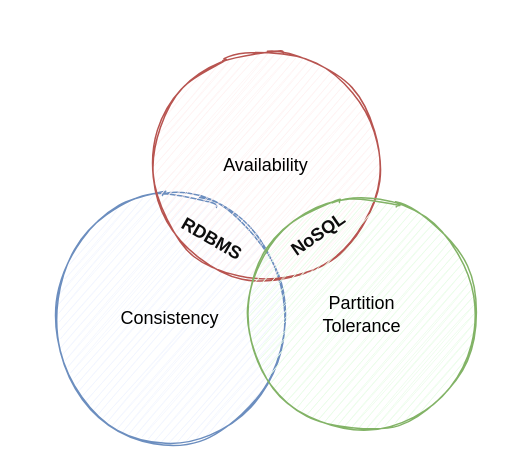
Earlier version of the draw.io diagram diagrams/state-management/cap-theorem.drawio (EdwinVW/dapr-for-net-devs-diagrams). Source tidied: cells renumbered, new cells numbered last; positions are measured from the earlier drawing's top-left corner, leaving out a move shared by most shapes. Both pictures are drawn from the tidied source at 150%, with x=0, y=0 at pixel (26, 26).
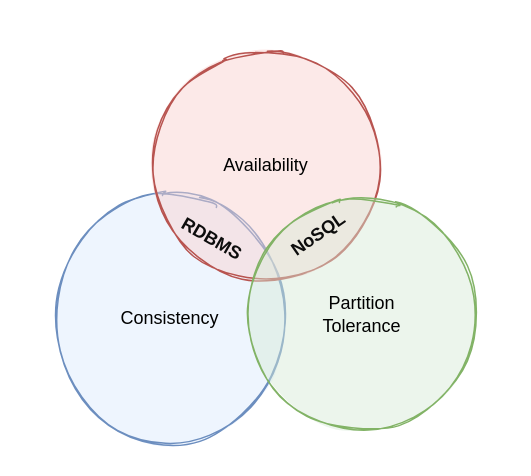
The same diagram, later.

Commit message (it also covers changes not shown here):
Update cap theorem

What changed in the source:
```diff
@@
 <mxGraphModel>
   <root>
     <mxCell id="0" />
     <mxCell id="1" parent="0" />
     <mxCell id="2" style="rounded=0;whiteSpace=wrap;html=1;sketch=0;fontFamily=Helvetica;fontColor=#007FFF;strokeColor=none;" parent="1" vertex="1">
       <mxGeometry width="320" height="283" as="geometry" />
     </mxCell>
-    <mxCell id="3" value="Consistency" style="ellipse;whiteSpace=wrap;html=1;fillColor=#F0F4FF;strokeColor=#6c8ebf;sketch=1;fontStyle=0;rotation=0;" parent="1" vertex="1">
+    <mxCell id="3" value="Consistency" style="ellipse;whiteSpace=wrap;html=1;fillColor=#dae8fc;strokeColor=#6c8ebf;sketch=1;fontStyle=0;rotation=0;fillStyle=solid;fillOpacity=45;" parent="1" vertex="1">
       <mxGeometry x="16" y="115" width="160" height="160" as="geometry" />
     </mxCell>
-    <mxCell id="4" value="Availability" style="ellipse;whiteSpace=wrap;html=1;strokeColor=#b85450;sketch=1;fontStyle=0;rounded=1;fontFamily=Helvetica;spacingTop=0;rotation=0;fillColor=#FFF2F2;" parent="1" vertex="1">
+    <mxCell id="4" value="Availability" style="ellipse;whiteSpace=wrap;html=1;strokeColor=#b85450;sketch=1;fontStyle=0;rounded=1;fontFamily=Helvetica;spacingTop=0;rotation=0;fillColor=#f8cecc;fillStyle=solid;fillOpacity=45;" parent="1" vertex="1">
       <mxGeometry x="80" y="13" width="160" height="160" as="geometry" />
     </mxCell>
-    <mxCell id="5" value="Partition&lt;br&gt;Tolerance" style="ellipse;whiteSpace=wrap;html=1;fillColor=#E8FCE7;strokeColor=#82b366;sketch=1;fontStyle=0;fontFamily=Helvetica;rotation=0;" parent="1" vertex="1">
+    <mxCell id="5" value="Partition&lt;br&gt;Tolerance" style="ellipse;whiteSpace=wrap;html=1;fillColor=#d5e8d4;strokeColor=#82b366;sketch=1;fontStyle=0;fontFamily=Helvetica;rotation=0;fillStyle=solid;fillOpacity=45;" parent="1" vertex="1">
       <mxGeometry x="144" y="112" width="160" height="160" as="geometry" />
     </mxCell>
     <mxCell id="6" value="RDBMS" style="text;html=1;strokeColor=none;fillColor=none;align=center;verticalAlign=middle;whiteSpace=wrap;rounded=0;sketch=1;fontFamily=Helvetica;fontStyle=1;rotation=30;fontColor=#0D0D0D;" parent="1" vertex="1">
       <mxGeometry x="104" y="132" width="40" height="20" as="geometry" />
     </mxCell>
     <mxCell id="7" value="NoSQL" style="text;html=1;strokeColor=none;fillColor=none;align=center;verticalAlign=middle;whiteSpace=wrap;rounded=0;sketch=1;fontFamily=Helvetica;fontStyle=1;rotation=-34.8;fontColor=#0D0D0D;" parent="1" vertex="1">
       <mxGeometry x="175" y="129" width="40" height="20" as="geometry" />
     </mxCell>
   </root>
 </mxGraphModel>
```
